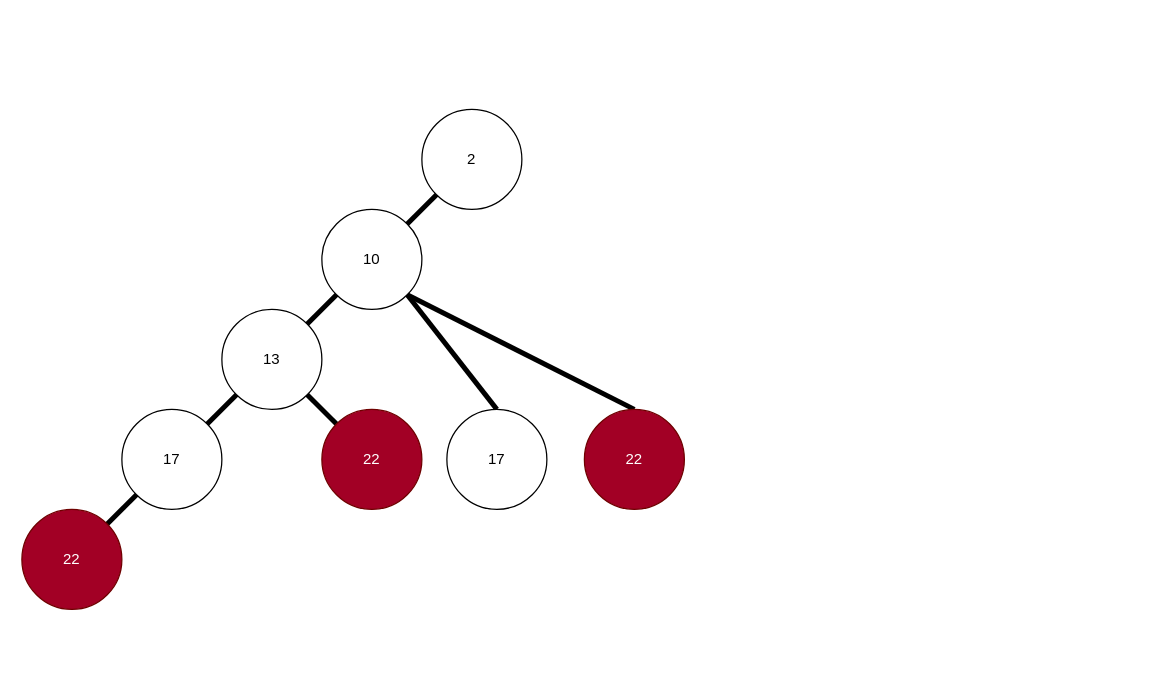
Earlier version of the draw.io diagram page "Halaman-1" (1 of 2) of SA_Akhir.drawio (fthyll/draw-io). Source tidied: cells renumbered, new cells numbered last; positions are measured from the earlier drawing's top-left corner, leaving out a move shared by most shapes. Both pictures are drawn from the tidied source at 125%, with x=0, y=0 at pixel (21, 109).
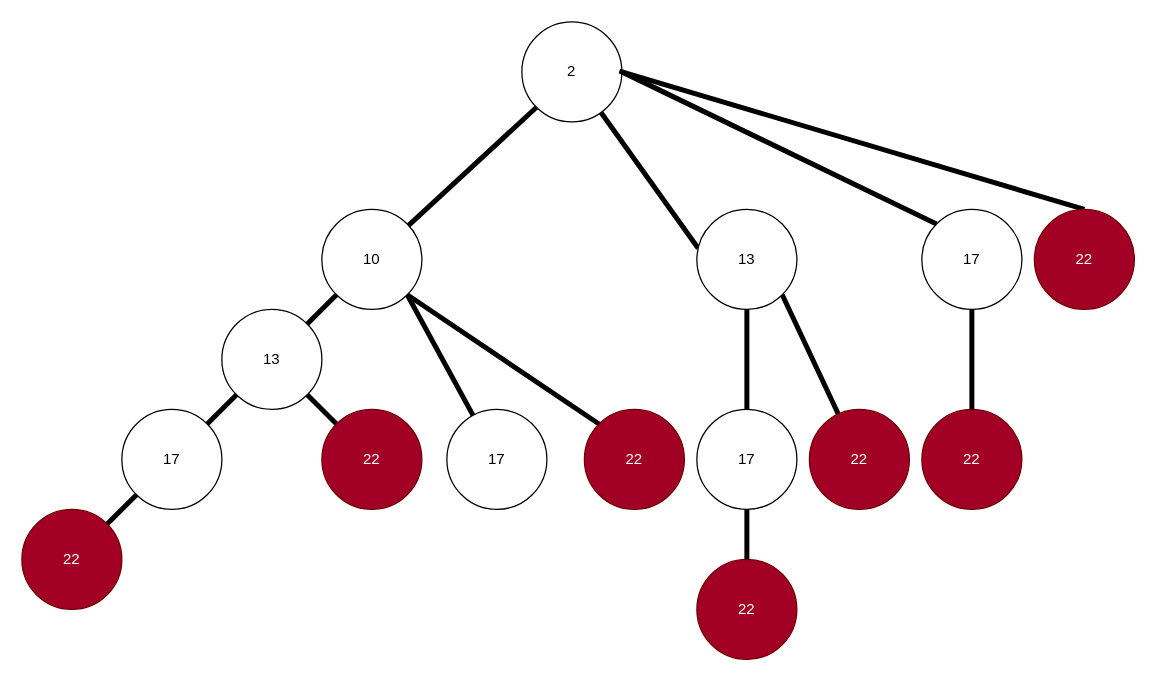
The same diagram, later.

The change refers to these unchanged cells:
```xml
<mxCell id="5" value="10" style="ellipse;whiteSpace=wrap;html=1;" parent="1" vertex="1">
  <mxGeometry x="240" y="80" width="80" height="80" as="geometry" />
</mxCell>
<mxCell id="15" value="17" style="ellipse;whiteSpace=wrap;html=1;" parent="1" vertex="1">
  <mxGeometry x="340" y="240" width="80" height="80" as="geometry" />
</mxCell>
<mxCell id="16" value="22" style="ellipse;whiteSpace=wrap;html=1;fillColor=#a20025;fontColor=#ffffff;strokeColor=#6F0000;" parent="1" vertex="1">
  <mxGeometry x="450" y="240" width="80" height="80" as="geometry" />
</mxCell>
```

Diff of the diagram source:
```diff
@@
-    <mxCell id="3" style="edgeStyle=none;shape=connector;rounded=0;jettySize=auto;html=1;exitX=1;exitY=1;exitDx=0;exitDy=0;entryX=0.5;entryY=0;entryDx=0;entryDy=0;labelBackgroundColor=default;strokeColor=default;strokeWidth=4;fontFamily=Helvetica;fontSize=11;fontColor=default;endArrow=none;endFill=0;" parent="1" edge="1" source="5" target="15">
+    <mxCell id="3" style="edgeStyle=none;shape=connector;rounded=0;jettySize=auto;html=1;exitX=1;exitY=1;exitDx=0;exitDy=0;labelBackgroundColor=default;strokeColor=default;strokeWidth=4;fontFamily=Helvetica;fontSize=11;fontColor=default;endArrow=none;endFill=0;" parent="1" edge="1" source="5" target="15">
       <mxGeometry relative="1" as="geometry" />
     </mxCell>
-    <mxCell id="4" style="edgeStyle=none;shape=connector;rounded=0;jettySize=auto;html=1;exitX=1;exitY=1;exitDx=0;exitDy=0;entryX=0.5;entryY=0;entryDx=0;entryDy=0;labelBackgroundColor=default;strokeColor=default;strokeWidth=4;fontFamily=Helvetica;fontSize=11;fontColor=default;endArrow=none;endFill=0;" parent="1" edge="1" source="5" target="16">
+    <mxCell id="4" style="edgeStyle=none;shape=connector;rounded=0;jettySize=auto;html=1;exitX=1;exitY=1;exitDx=0;exitDy=0;entryX=0;entryY=0;entryDx=0;entryDy=0;labelBackgroundColor=default;strokeColor=default;strokeWidth=4;fontFamily=Helvetica;fontSize=11;fontColor=default;endArrow=none;endFill=0;" parent="1" edge="1" source="5" target="16">
       <mxGeometry relative="1" as="geometry" />
     </mxCell>
@@
+    <mxCell id="17" style="edgeStyle=none;shape=connector;rounded=0;jettySize=auto;html=1;entryX=0.013;entryY=0.388;entryDx=0;entryDy=0;labelBackgroundColor=default;strokeColor=default;strokeWidth=4;fontFamily=Helvetica;fontSize=11;fontColor=default;endArrow=none;endFill=0;entryPerimeter=0;" parent="1" edge="1" source="12" target="21">
+      <mxGeometry relative="1" as="geometry" />
+    </mxCell>
+    <mxCell id="18" style="edgeStyle=none;shape=connector;rounded=0;jettySize=auto;html=1;exitX=1;exitY=0.5;exitDx=0;exitDy=0;entryX=0;entryY=0;entryDx=0;entryDy=0;labelBackgroundColor=default;strokeColor=default;strokeWidth=4;fontFamily=Helvetica;fontSize=11;fontColor=default;endArrow=none;endFill=0;" parent="1" edge="1" source="12" target="30">
+      <mxGeometry relative="1" as="geometry" />
+    </mxCell>
     <mxCell id="12" value="2" style="ellipse;whiteSpace=wrap;html=1;" parent="1" vertex="1">
-      <mxGeometry x="320" width="80" height="80" as="geometry" />
+      <mxGeometry x="400" y="-70" width="80" height="80" as="geometry" />
     </mxCell>
@@
+    <mxCell id="19" style="edgeStyle=none;shape=connector;rounded=0;jettySize=auto;html=1;exitX=0.5;exitY=1;exitDx=0;exitDy=0;entryX=0.5;entryY=0;entryDx=0;entryDy=0;labelBackgroundColor=default;strokeColor=default;strokeWidth=4;fontFamily=Helvetica;fontSize=11;fontColor=default;endArrow=none;endFill=0;" parent="1" edge="1" source="21" target="24">
+      <mxGeometry relative="1" as="geometry" />
+    </mxCell>
+    <mxCell id="20" style="edgeStyle=none;shape=connector;rounded=0;jettySize=auto;html=1;exitX=1;exitY=1;exitDx=0;exitDy=0;labelBackgroundColor=default;strokeColor=default;strokeWidth=4;fontFamily=Helvetica;fontSize=11;fontColor=default;endArrow=none;endFill=0;" parent="1" edge="1" source="21" target="25">
+      <mxGeometry relative="1" as="geometry" />
+    </mxCell>
+    <mxCell id="21" value="13" style="ellipse;whiteSpace=wrap;html=1;" parent="1" vertex="1">
+      <mxGeometry x="540" y="80" width="80" height="80" as="geometry" />
+    </mxCell>
+    <mxCell id="22" value="22" style="ellipse;whiteSpace=wrap;html=1;fillColor=#a20025;fontColor=#ffffff;strokeColor=#6F0000;" parent="1" vertex="1">
+      <mxGeometry x="540" y="360" width="80" height="80" as="geometry" />
+    </mxCell>
+    <mxCell id="23" style="edgeStyle=none;shape=connector;rounded=0;jettySize=auto;html=1;exitX=0.5;exitY=1;exitDx=0;exitDy=0;entryX=0.5;entryY=0;entryDx=0;entryDy=0;labelBackgroundColor=default;strokeColor=default;strokeWidth=4;fontFamily=Helvetica;fontSize=11;fontColor=default;endArrow=none;endFill=0;" parent="1" edge="1" source="24" target="22">
+      <mxGeometry relative="1" as="geometry" />
+    </mxCell>
+    <mxCell id="24" value="17" style="ellipse;whiteSpace=wrap;html=1;" parent="1" vertex="1">
+      <mxGeometry x="540" y="240" width="80" height="80" as="geometry" />
+    </mxCell>
+    <mxCell id="25" value="22" style="ellipse;whiteSpace=wrap;html=1;fillColor=#a20025;fontColor=#ffffff;strokeColor=#6F0000;" parent="1" vertex="1">
+      <mxGeometry x="630" y="240" width="80" height="80" as="geometry" />
+    </mxCell>
+    <mxCell id="26" style="edgeStyle=none;shape=connector;rounded=0;jettySize=auto;html=1;exitX=0.5;exitY=0;exitDx=0;exitDy=0;labelBackgroundColor=default;strokeColor=default;strokeWidth=4;fontFamily=Helvetica;fontSize=11;fontColor=default;endArrow=none;endFill=0;entryX=0.975;entryY=0.492;entryDx=0;entryDy=0;entryPerimeter=0;" parent="1" edge="1" source="27" target="12">
+      <mxGeometry relative="1" as="geometry" />
+    </mxCell>
+    <mxCell id="27" value="22" style="ellipse;whiteSpace=wrap;html=1;fillColor=#a20025;fontColor=#ffffff;strokeColor=#6F0000;" parent="1" vertex="1">
+      <mxGeometry x="810" y="80" width="80" height="80" as="geometry" />
+    </mxCell>
+    <mxCell id="28" value="22" style="ellipse;whiteSpace=wrap;html=1;fillColor=#a20025;fontColor=#ffffff;strokeColor=#6F0000;" parent="1" vertex="1">
+      <mxGeometry x="720" y="240" width="80" height="80" as="geometry" />
+    </mxCell>
+    <mxCell id="29" style="edgeStyle=none;shape=connector;rounded=0;jettySize=auto;html=1;exitX=0.5;exitY=1;exitDx=0;exitDy=0;entryX=0.5;entryY=0;entryDx=0;entryDy=0;labelBackgroundColor=default;strokeColor=default;strokeWidth=4;fontFamily=Helvetica;fontSize=11;fontColor=default;endArrow=none;endFill=0;" parent="1" edge="1" source="30" target="28">
+      <mxGeometry relative="1" as="geometry" />
+    </mxCell>
+    <mxCell id="30" value="17" style="ellipse;whiteSpace=wrap;html=1;" parent="1" vertex="1">
+      <mxGeometry x="720" y="80" width="80" height="80" as="geometry" />
+    </mxCell>
```
